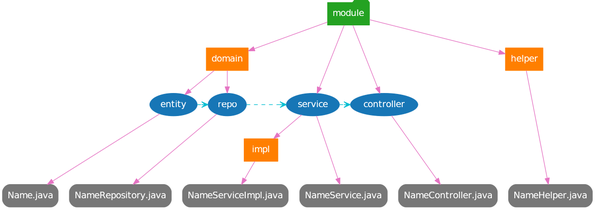
Before: static/image/2019/07/spring-mvc-module.png, a diagram exported from Graphviz (Jeanhwea/jeanhwea.github.io). Its source is kept beside it as static/image/2019/07/spring-mvc-module.dot.
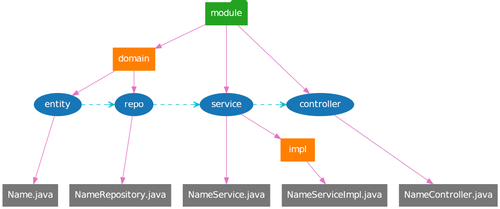
The same diagram one commit later.

What changed in the source:
```diff
@@ -12,20 +12,14 @@
 
   node [shape=record, style=filled, color="#ff7f00"];
   domain;
-  helper;
   service_impl[label="impl"];
 
-  {
-    rank = "same";
-    domain; helper;
-  }
-
   edge [style=solid, color="#e574c3"];
-  module -> {domain, service, controller, helper};
+  module -> {domain, service, controller};
   domain -> {entity, repository};
   service -> service_impl;
 
-  node [shape=Mrecord, style=filled, color="#777777"];
+  node [shape=plaintext, style=filled, color="#777777"];
   {
     rank="same";
     Name[label="Name.java"];
@@ -33,7 +27,6 @@
     NameService[label="NameService.java"];
     NameServiceImpl[label="NameServiceImpl.java"];
     NameController[label="NameController.java"];
-    NameHelper[label="NameHelper.java"];
   }
 
   edge [shape=dot, style=solid];
@@ -42,9 +35,8 @@
   service -> NameService;
   service_impl -> NameServiceImpl;
   controller -> NameController;
-  helper -> NameHelper;
 
-  edge[style=dashed, arrowhead="vee", color="#00bed1"];
+  edge[style=dashed, arrowhead="vee", color="#00bed1", minlen=3];
   {
     rank="same";
     entity -> repository -> service -> controller;
```
